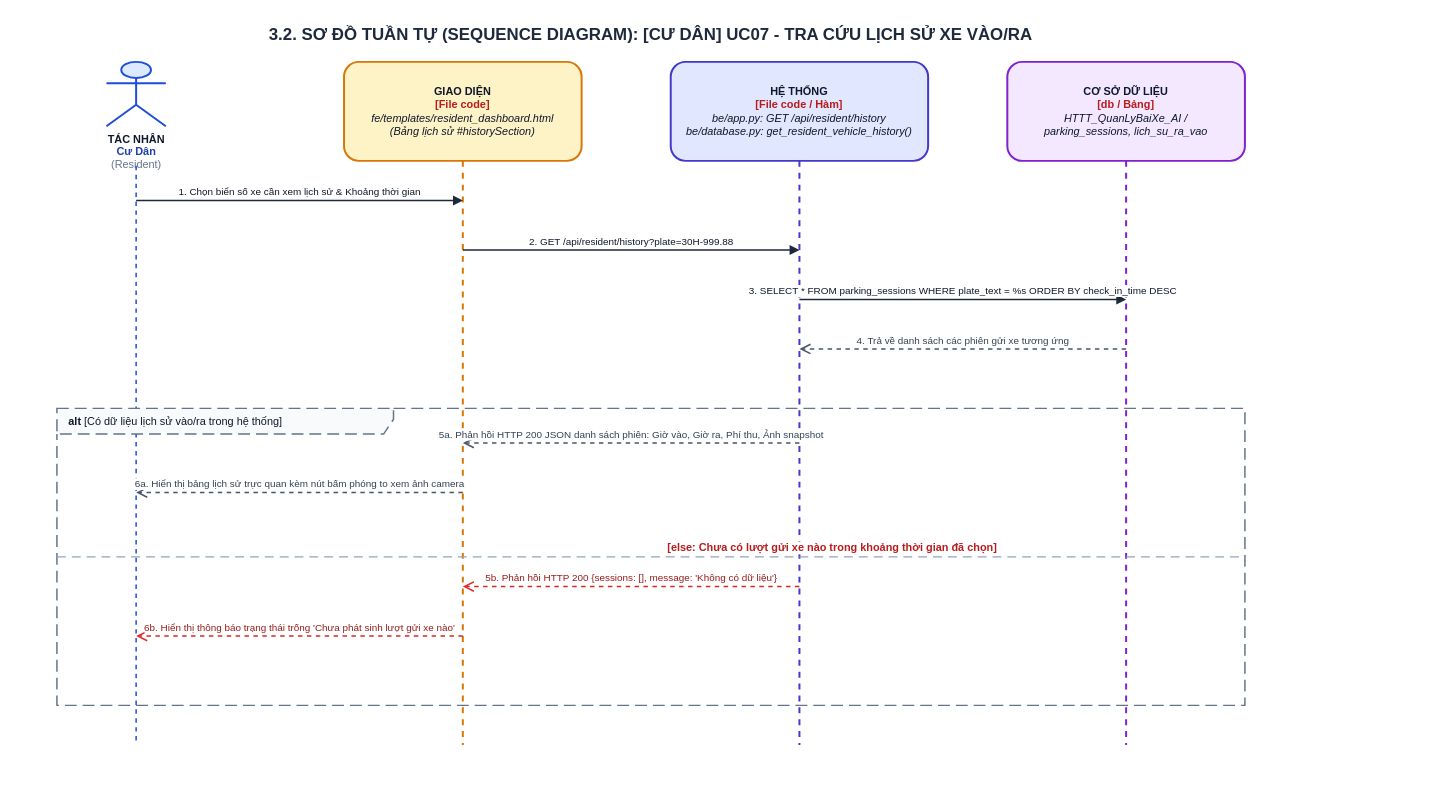
Above: ongthanquoctruong_24CT2_cnpm/docs/drawio/uc07_resident_history.drawio in Truong027/CNPM24 (draw.io), before the change. Source tidied: cells renumbered, new cells numbered last; positions are measured from the earlier drawing's top-left corner, leaving out a move shared by most shapes. Both pictures are drawn from the tidied source at 99%, with x=0, y=0 at pixel (17, 17).
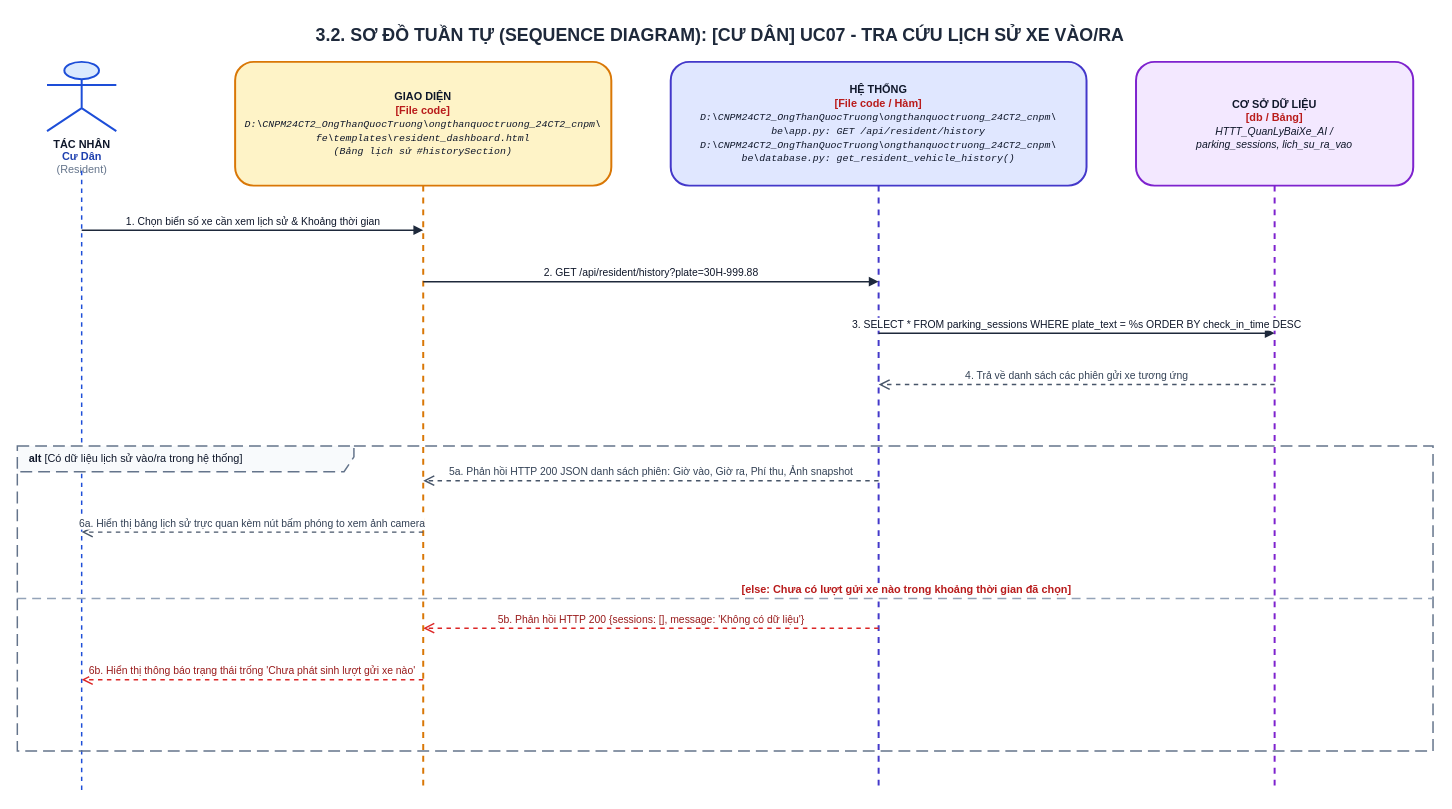
After the change.

The edit, as a diff of the source:
```diff
@@
-    <mxCell id="2" value="&lt;b&gt;3.2. SƠ ĐỒ TUẦN TỰ (SEQUENCE DIAGRAM): [CƯ DÂN] UC07 - TRA CỨU LỊCH SỬ XE VÀO/RA&lt;/b&gt;" style="text;html=1;strokeColor=none;fillColor=none;align=center;verticalAlign=middle;whiteSpace=wrap;rounded=0;fontSize=17;fontColor=#1E293B;fontStyle=1;" parent="1" vertex="1">
-      <mxGeometry width="1280" height="35" as="geometry" />
+    <mxCell id="2" value="&lt;b&gt;3.2. SƠ ĐỒ TUẦN TỰ (SEQUENCE DIAGRAM): [CƯ DÂN] UC07 - TRA CỨU LỊCH SỬ XE VÀO/RA&lt;/b&gt;" style="text;html=1;strokeColor=none;fillColor=none;align=center;verticalAlign=middle;whiteSpace=wrap;rounded=0;fontSize=18;fontColor=#1E293B;fontStyle=1;" parent="1" vertex="1">
+      <mxGeometry width="1420" height="35" as="geometry" />
     </mxCell>
     <mxCell id="3" value="&lt;b&gt;TÁC NHÂN&lt;/b&gt;&lt;br/&gt;&lt;font color='#1E40AF'&gt;&lt;b&gt;Cư Dân&lt;/b&gt;&lt;/font&gt;&lt;br/&gt;&lt;font color='#64748B'&gt;(Resident)&lt;/font&gt;" style="shape=umlActor;verticalLabelPosition=bottom;verticalAlign=top;html=1;fillColor=#DBEAFE;strokeColor=#1D4ED8;strokeWidth=2;fontSize=11;fontColor=#0F172A;align=center;" parent="1" vertex="1">
-      <mxGeometry x="90" y="45" width="60" height="65" as="geometry" />
+      <mxGeometry x="30" y="45" width="70" height="70" as="geometry" />
     </mxCell>
     <mxCell id="4" style="endArrow=none;dashed=1;html=1;strokeWidth=1.5;strokeColor=#1D4ED8;" parent="1" edge="1">
       <mxGeometry relative="1" as="geometry">
-        <mxPoint x="120" y="150" as="sourcePoint" />
-        <mxPoint x="120" y="735" as="targetPoint" />
+        <mxPoint x="65" y="155" as="sourcePoint" />
+        <mxPoint x="65" y="781" as="targetPoint" />
       </mxGeometry>
     </mxCell>
-    <mxCell id="5" value="&lt;b&gt;GIAO DIỆN&lt;/b&gt;&lt;br/&gt;&lt;font color='#B91C1C'&gt;&lt;b&gt;[File code]&lt;/b&gt;&lt;/font&gt;&lt;br/&gt;&lt;i&gt;fe/templates/resident_dashboard.html&lt;br/&gt;(Bảng lịch sử #historySection)&lt;/i&gt;" style="shape=umlLifeline;perimeter=lifelinePerimeter;whiteSpace=wrap;html=1;size=100;fillColor=#FEF3C7;strokeColor=#D97706;strokeWidth=2;fontColor=#0F172A;rounded=1;shadow=0;fontSize=11;align=center;" parent="1" vertex="1">
-      <mxGeometry x="330" y="45" width="240" height="690" as="geometry" />
+    <mxCell id="5" value="&lt;b&gt;GIAO DIỆN&lt;/b&gt;&lt;br/&gt;&lt;font color='#B91C1C'&gt;&lt;b&gt;[File code]&lt;/b&gt;&lt;/font&gt;&lt;br/&gt;&lt;font style='font-size: 10px; font-family: Consolas, monospace;'&gt;&lt;i&gt;D:\CNPM24CT2_OngThanQuocTruong\ongthanquoctruong_24CT2_cnpm\&lt;br/&gt;fe\templates\resident_dashboard.html&lt;br/&gt;(Bảng lịch sử #historySection)&lt;/i&gt;&lt;/font&gt;" style="shape=umlLifeline;perimeter=lifelinePerimeter;whiteSpace=wrap;html=1;size=125;fillColor=#FEF3C7;strokeColor=#D97706;strokeWidth=2;fontColor=#0F172A;rounded=1;shadow=0;fontSize=11;align=center;" parent="1" vertex="1">
+      <mxGeometry x="220" y="45" width="380" height="736" as="geometry" />
     </mxCell>
-    <mxCell id="6" value="&lt;b&gt;HỆ THỐNG&lt;/b&gt;&lt;br/&gt;&lt;font color='#B91C1C'&gt;&lt;b&gt;[File code / Hàm]&lt;/b&gt;&lt;/font&gt;&lt;br/&gt;&lt;i&gt;be/app.py: GET /api/resident/history&lt;br/&gt;be/database.py: get_resident_vehicle_history()&lt;/i&gt;" style="shape=umlLifeline;perimeter=lifelinePerimeter;whiteSpace=wrap;html=1;size=100;fillColor=#E0E7FF;strokeColor=#4338CA;strokeWidth=2;fontColor=#0F172A;rounded=1;shadow=0;fontSize=11;align=center;" parent="1" vertex="1">
-      <mxGeometry x="660" y="45" width="260" height="690" as="geometry" />
+    <mxCell id="6" value="&lt;b&gt;HỆ THỐNG&lt;/b&gt;&lt;br/&gt;&lt;font color='#B91C1C'&gt;&lt;b&gt;[File code / Hàm]&lt;/b&gt;&lt;/font&gt;&lt;br/&gt;&lt;font style='font-size: 10px; font-family: Consolas, monospace;'&gt;&lt;i&gt;D:\CNPM24CT2_OngThanQuocTruong\ongthanquoctruong_24CT2_cnpm\&lt;br/&gt;be\app.py: GET /api/resident/history&lt;br/&gt;D:\CNPM24CT2_OngThanQuocTruong\ongthanquoctruong_24CT2_cnpm\&lt;br/&gt;be\database.py: get_resident_vehicle_history()&lt;/i&gt;&lt;/font&gt;" style="shape=umlLifeline;perimeter=lifelinePerimeter;whiteSpace=wrap;html=1;size=125;fillColor=#E0E7FF;strokeColor=#4338CA;strokeWidth=2;fontColor=#0F172A;rounded=1;shadow=0;fontSize=11;align=center;" parent="1" vertex="1">
+      <mxGeometry x="660" y="45" width="420" height="736" as="geometry" />
     </mxCell>
-    <mxCell id="7" value="&lt;b&gt;CƠ SỞ DỮ LIỆU&lt;/b&gt;&lt;br/&gt;&lt;font color='#B91C1C'&gt;&lt;b&gt;[db / Bảng]&lt;/b&gt;&lt;/font&gt;&lt;br/&gt;&lt;i&gt;HTTT_QuanLyBaiXe_AI /&lt;br/&gt;parking_sessions, lich_su_ra_vao&lt;/i&gt;" style="shape=umlLifeline;perimeter=lifelinePerimeter;whiteSpace=wrap;html=1;size=100;fillColor=#F3E8FF;strokeColor=#7E22CE;strokeWidth=2;fontColor=#0F172A;rounded=1;shadow=0;fontSize=11;align=center;" parent="1" vertex="1">
-      <mxGeometry x="1000" y="45" width="240" height="690" as="geometry" />
+    <mxCell id="7" value="&lt;b&gt;CƠ SỞ DỮ LIỆU&lt;/b&gt;&lt;br/&gt;&lt;font color='#B91C1C'&gt;&lt;b&gt;[db / Bảng]&lt;/b&gt;&lt;/font&gt;&lt;br/&gt;&lt;font style='font-size: 10.5px;'&gt;&lt;i&gt;HTTT_QuanLyBaiXe_AI /&lt;br/&gt;parking_sessions, lich_su_ra_vao&lt;/i&gt;&lt;/font&gt;" style="shape=umlLifeline;perimeter=lifelinePerimeter;whiteSpace=wrap;html=1;size=125;fillColor=#F3E8FF;strokeColor=#7E22CE;strokeWidth=2;fontColor=#0F172A;rounded=1;shadow=0;fontSize=11;align=center;" parent="1" vertex="1">
+      <mxGeometry x="1130" y="45" width="280" height="736" as="geometry" />
     </mxCell>
-    <mxCell id="8" value="1. Chọn biển số xe cần xem lịch sử &amp; Khoảng thời gian" style="html=1;verticalAlign=bottom;endArrow=block;rounded=0;strokeColor=#1E293B;strokeWidth=1.5;fontColor=#0F172A;fontSize=10;" parent="1" edge="1">
+    <mxCell id="8" value="1. Chọn biển số xe cần xem lịch sử &amp; Khoảng thời gian" style="html=1;verticalAlign=bottom;endArrow=block;rounded=0;strokeColor=#1E293B;strokeWidth=1.5;fontColor=#0F172A;fontSize=10.5;" parent="1" edge="1">
       <mxGeometry relative="1" as="geometry">
-        <mxPoint x="120" y="185" as="sourcePoint" />
-        <mxPoint x="450" y="185" as="targetPoint" />
+        <mxPoint x="65" y="215" as="sourcePoint" />
+        <mxPoint x="410" y="215" as="targetPoint" />
       </mxGeometry>
     </mxCell>
-    <mxCell id="9" value="2. GET /api/resident/history?plate=30H-999.88" style="html=1;verticalAlign=bottom;endArrow=block;rounded=0;strokeColor=#1E293B;strokeWidth=1.5;fontColor=#0F172A;fontSize=10;" parent="1" edge="1">
+    <mxCell id="9" value="2. GET /api/resident/history?plate=30H-999.88" style="html=1;verticalAlign=bottom;endArrow=block;rounded=0;strokeColor=#1E293B;strokeWidth=1.5;fontColor=#0F172A;fontSize=10.5;" parent="1" edge="1">
       <mxGeometry relative="1" as="geometry">
-        <mxPoint x="450" y="235" as="sourcePoint" />
-        <mxPoint x="790" y="235" as="targetPoint" />
+        <mxPoint x="410" y="267" as="sourcePoint" />
+        <mxPoint x="870" y="267" as="targetPoint" />
       </mxGeometry>
     </mxCell>
-    <mxCell id="10" value="3. SELECT * FROM parking_sessions WHERE plate_text = %s ORDER BY check_in_time DESC" style="html=1;verticalAlign=bottom;endArrow=block;rounded=0;strokeColor=#1E293B;strokeWidth=1.5;fontColor=#0F172A;fontSize=10;" parent="1" edge="1">
+    <mxCell id="10" value="3. SELECT * FROM parking_sessions WHERE plate_text = %s ORDER BY check_in_time DESC" style="html=1;verticalAlign=bottom;endArrow=block;rounded=0;strokeColor=#1E293B;strokeWidth=1.5;fontColor=#0F172A;fontSize=10.5;" parent="1" edge="1">
       <mxGeometry relative="1" as="geometry">
-        <mxPoint x="790" y="285" as="sourcePoint" />
-        <mxPoint x="1120" y="285" as="targetPoint" />
+        <mxPoint x="870" y="319" as="sourcePoint" />
+        <mxPoint x="1270" y="319" as="targetPoint" />
       </mxGeometry>
     </mxCell>
-    <mxCell id="11" value="4. Trả về danh sách các phiên gửi xe tương ứng" style="html=1;verticalAlign=bottom;endArrow=open;dashed=1;endSize=8;rounded=0;strokeColor=#475569;strokeWidth=1.5;fontColor=#334155;fontSize=10;" parent="1" edge="1">
+    <mxCell id="11" value="4. Trả về danh sách các phiên gửi xe tương ứng" style="html=1;verticalAlign=bottom;endArrow=open;dashed=1;endSize=8;rounded=0;strokeColor=#475569;strokeWidth=1.5;fontColor=#334155;fontSize=10.5;" parent="1" edge="1">
       <mxGeometry relative="1" as="geometry">
-        <mxPoint x="1120" y="335" as="sourcePoint" />
-        <mxPoint x="790" y="335" as="targetPoint" />
+        <mxPoint x="1270" y="371" as="sourcePoint" />
+        <mxPoint x="870" y="371" as="targetPoint" />
       </mxGeometry>
     </mxCell>
     <mxCell id="12" value="&lt;b&gt;alt&lt;/b&gt; [Có dữ liệu lịch sử vào/ra trong hệ thống]" style="shape=umlFrame;whiteSpace=wrap;html=1;width=340;height=26;dashed=1;dashPattern=8 4;strokeColor=#64748B;fillColor=#F8FAFC;strokeWidth=1.5;align=left;spacingLeft=10;verticalAlign=top;fontStyle=0;fontSize=11;fontColor=#0F172A;" parent="1" vertex="1">
-      <mxGeometry x="40" y="395" width="1200" height="300" as="geometry" />
+      <mxGeometry y="433" width="1430" height="308" as="geometry" />
     </mxCell>
-    <mxCell id="13" value="5a. Phản hồi HTTP 200 JSON danh sách phiên: Giờ vào, Giờ ra, Phí thu, Ảnh snapshot" style="html=1;verticalAlign=bottom;endArrow=open;dashed=1;endSize=8;rounded=0;strokeColor=#475569;strokeWidth=1.5;fontColor=#334155;fontSize=10;" parent="1" edge="1">
+    <mxCell id="13" value="5a. Phản hồi HTTP 200 JSON danh sách phiên: Giờ vào, Giờ ra, Phí thu, Ảnh snapshot" style="html=1;verticalAlign=bottom;endArrow=open;dashed=1;endSize=8;rounded=0;strokeColor=#475569;strokeWidth=1.5;fontColor=#334155;fontSize=10.5;" parent="1" edge="1">
       <mxGeometry relative="1" as="geometry">
-        <mxPoint x="790" y="430" as="sourcePoint" />
-        <mxPoint x="450" y="430" as="targetPoint" />
+        <mxPoint x="870" y="468" as="sourcePoint" />
+        <mxPoint x="410" y="468" as="targetPoint" />
       </mxGeometry>
     </mxCell>
-    <mxCell id="14" value="6a. Hiển thị bảng lịch sử trực quan kèm nút bấm phóng to xem ảnh camera" style="html=1;verticalAlign=bottom;endArrow=open;dashed=1;endSize=8;rounded=0;strokeColor=#475569;strokeWidth=1.5;fontColor=#334155;fontSize=10;" parent="1" edge="1">
+    <mxCell id="14" value="6a. Hiển thị bảng lịch sử trực quan kèm nút bấm phóng to xem ảnh camera" style="html=1;verticalAlign=bottom;endArrow=open;dashed=1;endSize=8;rounded=0;strokeColor=#475569;strokeWidth=1.5;fontColor=#334155;fontSize=10.5;" parent="1" edge="1">
       <mxGeometry relative="1" as="geometry">
-        <mxPoint x="450" y="480" as="sourcePoint" />
-        <mxPoint x="120" y="480" as="targetPoint" />
+        <mxPoint x="410" y="520" as="sourcePoint" />
+        <mxPoint x="65" y="520" as="targetPoint" />
       </mxGeometry>
     </mxCell>
     <mxCell id="15" value="&lt;b&gt;[else: Chưa có lượt gửi xe nào trong khoảng thời gian đã chọn]&lt;/b&gt;" style="html=1;strokeWidth=1.5;strokeColor=#94A3B8;dashed=1;dashPattern=6 4;endArrow=none;align=left;verticalAlign=bottom;spacingLeft=15;fontColor=#B91C1C;fontSize=11;fontStyle=0;" parent="1" edge="1">
       <mxGeometry relative="1" as="geometry">
-        <mxPoint x="40" y="545" as="sourcePoint" />
-        <mxPoint x="1240" y="545" as="targetPoint" />
+        <mxPoint y="587" as="sourcePoint" />
+        <mxPoint x="1430" y="587" as="targetPoint" />
       </mxGeometry>
     </mxCell>
-    <mxCell id="16" value="5b. Phản hồi HTTP 200 {sessions: [], message: 'Không có dữ liệu'}" style="html=1;verticalAlign=bottom;endArrow=open;dashed=1;endSize=8;rounded=0;strokeColor=#DC2626;strokeWidth=1.5;fontColor=#991B1B;fontSize=10;" parent="1" edge="1">
+    <mxCell id="16" value="5b. Phản hồi HTTP 200 {sessions: [], message: 'Không có dữ liệu'}" style="html=1;verticalAlign=bottom;endArrow=open;dashed=1;endSize=8;rounded=0;strokeColor=#DC2626;strokeWidth=1.5;fontColor=#991B1B;fontSize=10.5;" parent="1" edge="1">
       <mxGeometry relative="1" as="geometry">
-        <mxPoint x="790" y="575" as="sourcePoint" />
-        <mxPoint x="450" y="575" as="targetPoint" />
+        <mxPoint x="870" y="617" as="sourcePoint" />
+        <mxPoint x="410" y="617" as="targetPoint" />
       </mxGeometry>
     </mxCell>
-    <mxCell id="17" value="6b. Hiển thị thông báo trạng thái trống 'Chưa phát sinh lượt gửi xe nào'" style="html=1;verticalAlign=bottom;endArrow=open;dashed=1;endSize=8;rounded=0;strokeColor=#DC2626;strokeWidth=1.5;fontColor=#991B1B;fontSize=10;" parent="1" edge="1">
+    <mxCell id="17" value="6b. Hiển thị thông báo trạng thái trống 'Chưa phát sinh lượt gửi xe nào'" style="html=1;verticalAlign=bottom;endArrow=open;dashed=1;endSize=8;rounded=0;strokeColor=#DC2626;strokeWidth=1.5;fontColor=#991B1B;fontSize=10.5;" parent="1" edge="1">
       <mxGeometry relative="1" as="geometry">
-        <mxPoint x="450" y="625" as="sourcePoint" />
-        <mxPoint x="120" y="625" as="targetPoint" />
+        <mxPoint x="410" y="669" as="sourcePoint" />
+        <mxPoint x="65" y="669" as="targetPoint" />
       </mxGeometry>
     </mxCell>
```
